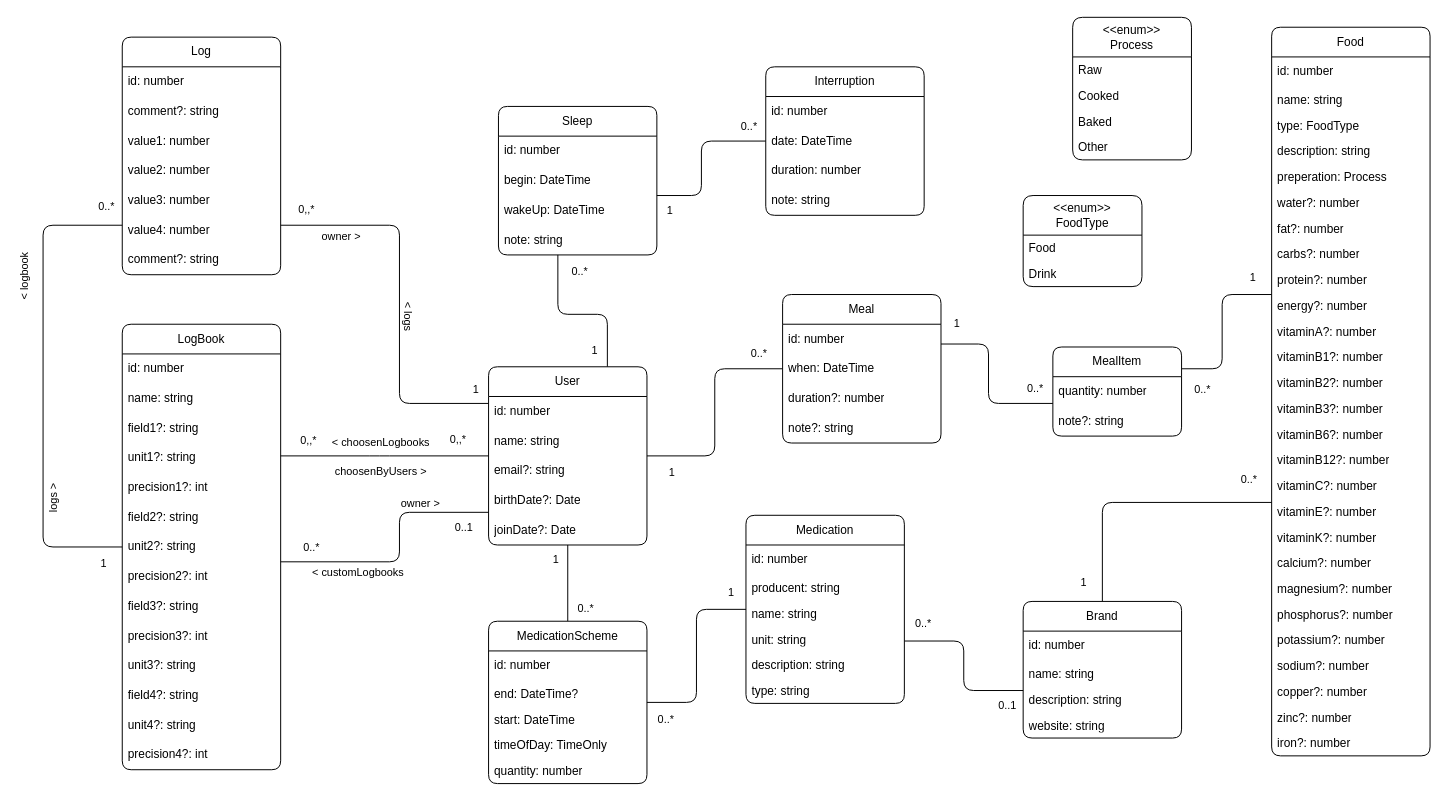
Above: page "Domain" (1 of 3) of doc/medikojs.drawio in rafalhogent/medikoJs (draw.io), before the change. Source tidied: cells renumbered, new cells numbered last; positions are measured from the earlier drawing's top-left corner, leaving out a move shared by most shapes. Both pictures are drawn from the tidied source at 99%, with x=0, y=0 at pixel (43, 17).
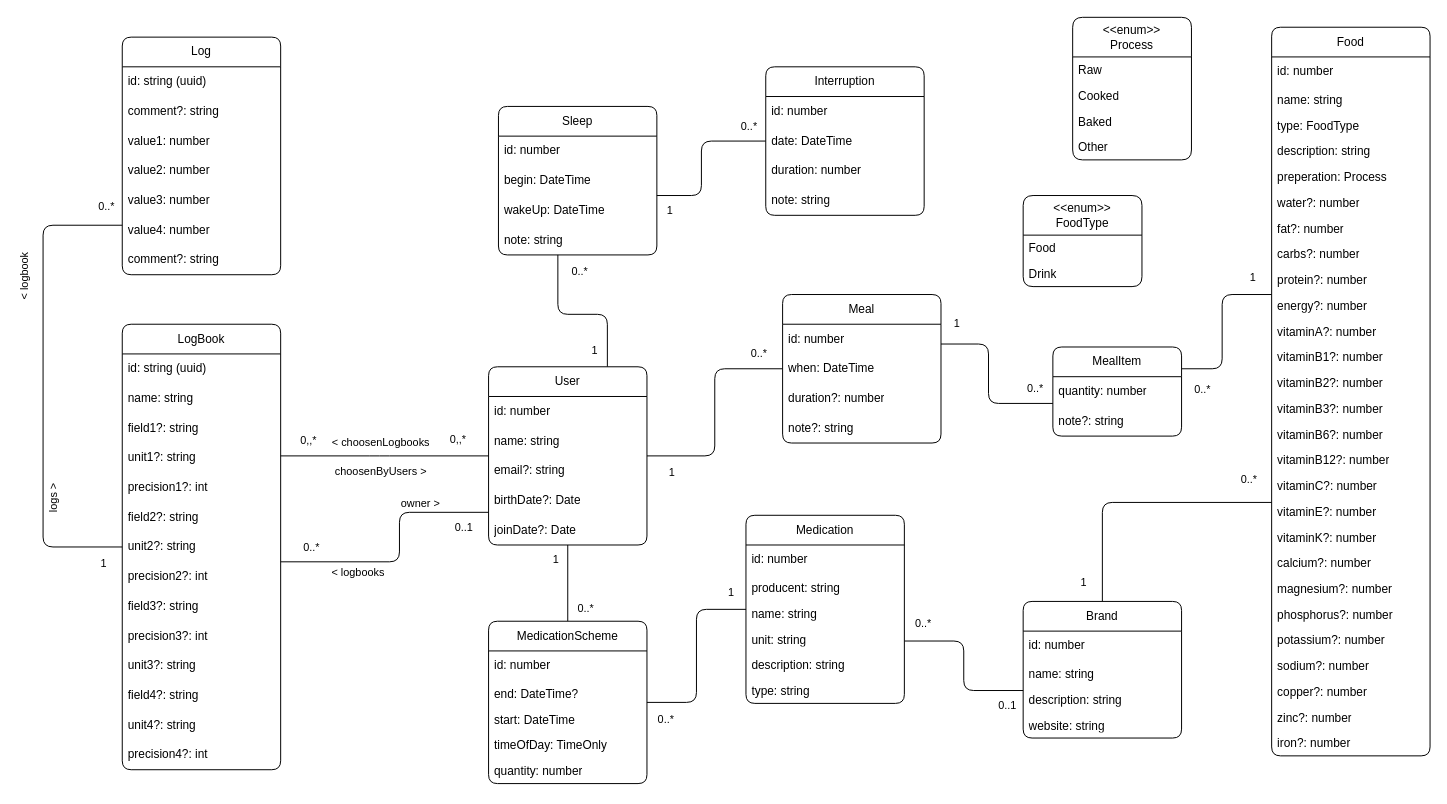
The same page after the edit.

Commit message (it also covers changes not shown here):
save sync data local, drop log-owner FK, logbooks uq per user, recreate logbook migration,

Unchanged cells that the change refers to:
```xml
<mxCell id="2" style="edgeStyle=orthogonalEdgeStyle;rounded=1;jettySize=auto;html=1;endArrow=none;startArrow=none;startFill=0;endFill=0;endSize=10;startSize=10;" parent="1" edge="1" source="16" target="27">
  <mxGeometry relative="1" as="geometry">
    <Array as="points">
      <mxPoint x="360" y="500" />
      <mxPoint x="360" y="550" />
    </Array>
  </mxGeometry>
</mxCell>
<mxCell id="16" value="User" style="swimlane;fontStyle=0;horizontal=1;startSize=30;whiteSpace=wrap;html=1;arcSize=10;comic=0;rounded=1;" parent="1" vertex="1">
  <mxGeometry x="450" y="353" width="160" height="180" as="geometry" />
</mxCell>
<mxCell id="27" value="LogBook" style="swimlane;fontStyle=0;horizontal=1;startSize=30;whiteSpace=wrap;html=1;arcSize=10;comic=0;rounded=1;swimlaneLine=1;portConstraintRotation=0;" parent="1" vertex="1">
  <mxGeometry x="80" y="310" width="160" height="450" as="geometry" />
</mxCell>
<mxCell id="47" value="Log" style="swimlane;fontStyle=0;horizontal=1;startSize=30;whiteSpace=wrap;html=1;arcSize=10;comic=0;rounded=1;" parent="1" vertex="1">
  <mxGeometry x="80" y="20" width="160" height="240" as="geometry" />
</mxCell>
```

Diff of the diagram source:
```diff
@@
-    <mxCell id="6" value="&amp;lt; customLogbooks" style="edgeLabel;html=1;align=center;verticalAlign=middle;" parent="2" vertex="1">
+    <mxCell id="6" value="&amp;lt; logbooks" style="edgeLabel;html=1;align=center;verticalAlign=middle;" parent="2" vertex="1">
       <mxGeometry x="0.41" y="-1" relative="1" as="geometry">
         <mxPoint y="11" as="offset" />
       </mxGeometry>
     </mxCell>
@@
-    <mxCell id="28" value="id: number" style="text;strokeColor=none;fillColor=none;align=left;verticalAlign=middle;spacingLeft=4;spacingRight=4;overflow=hidden;whiteSpace=wrap;html=1;" parent="27" vertex="1">
+    <mxCell id="28" value="id: string (uuid)" style="text;strokeColor=none;fillColor=none;align=left;verticalAlign=middle;spacingLeft=4;spacingRight=4;overflow=hidden;whiteSpace=wrap;html=1;" parent="27" vertex="1">
       <mxGeometry y="30" width="160" height="30" as="geometry" />
     </mxCell>
@@
-    <mxCell id="42" style="edgeStyle=orthogonalEdgeStyle;rounded=1;jettySize=auto;html=1;strokeColor=default;align=center;verticalAlign=middle;fontFamily=Helvetica;fontSize=11;fontColor=default;labelBackgroundColor=default;startArrow=none;startFill=0;startSize=10;endArrow=none;endFill=0;endSize=10;" parent="1" edge="1" source="47" target="16">
-      <mxGeometry relative="1" as="geometry">
-        <Array as="points">
-          <mxPoint x="360" y="210" />
-          <mxPoint x="360" y="390" />
-        </Array>
-      </mxGeometry>
-    </mxCell>
-    <mxCell id="43" value="1" style="edgeLabel;html=1;align=center;verticalAlign=middle;" parent="42" vertex="1">
-      <mxGeometry x="0.79" y="-2" relative="1" as="geometry">
-        <mxPoint x="27" y="-17" as="offset" />
-      </mxGeometry>
-    </mxCell>
-    <mxCell id="44" value="0,,*" style="edgeLabel;html=1;align=center;verticalAlign=middle;" parent="42" vertex="1">
-      <mxGeometry x="-0.81" relative="1" as="geometry">
-        <mxPoint x="-12" y="-17" as="offset" />
-      </mxGeometry>
-    </mxCell>
-    <mxCell id="45" value="owner &amp;gt;" style="edgeLabel;html=1;align=center;verticalAlign=middle;rotation=0;" parent="42" vertex="1">
-      <mxGeometry x="-0.01" y="-1" relative="1" as="geometry">
-        <mxPoint x="-59" y="-63" as="offset" />
-      </mxGeometry>
-    </mxCell>
-    <mxCell id="46" value="&amp;lt; logs" style="edgeLabel;html=1;align=center;verticalAlign=middle;rotation=90;" parent="42" vertex="1">
-      <mxGeometry x="-0.13" relative="1" as="geometry">
-        <mxPoint x="10" y="41" as="offset" />
-      </mxGeometry>
-    </mxCell>
@@
-    <mxCell id="48" value="id: number" style="text;strokeColor=none;fillColor=none;align=left;verticalAlign=middle;spacingLeft=4;spacingRight=4;overflow=hidden;whiteSpace=wrap;html=1;" parent="47" vertex="1">
+    <mxCell id="48" value="id: string (uuid)" style="text;strokeColor=none;fillColor=none;align=left;verticalAlign=middle;spacingLeft=4;spacingRight=4;overflow=hidden;whiteSpace=wrap;html=1;" parent="47" vertex="1">
       <mxGeometry y="30" width="160" height="30" as="geometry" />
     </mxCell>
```
